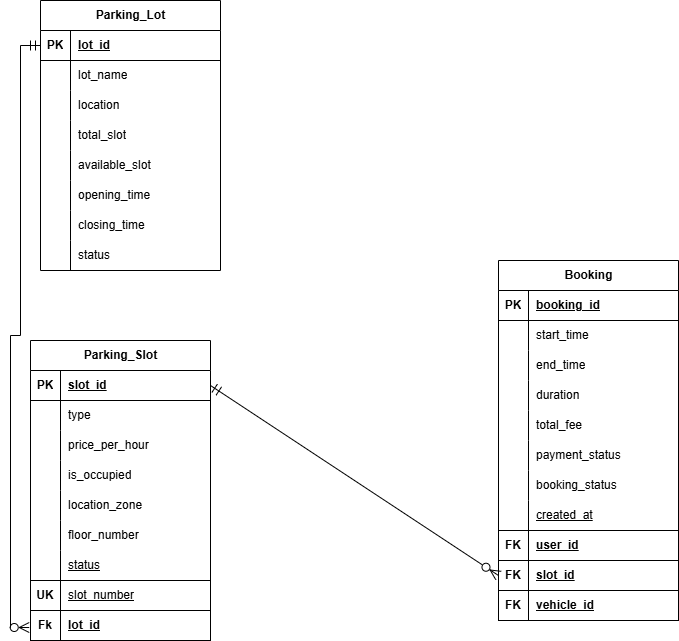
This is diagrams/erd.drawio.png from A-proG-spec/AASTU-DB-Project-Group-2, a draw.io export, as it was before one commit. Source tidied: cells renumbered, new cells last; positions are measured from the earlier drawing's top-left corner, leaving out a move shared by most shapes.
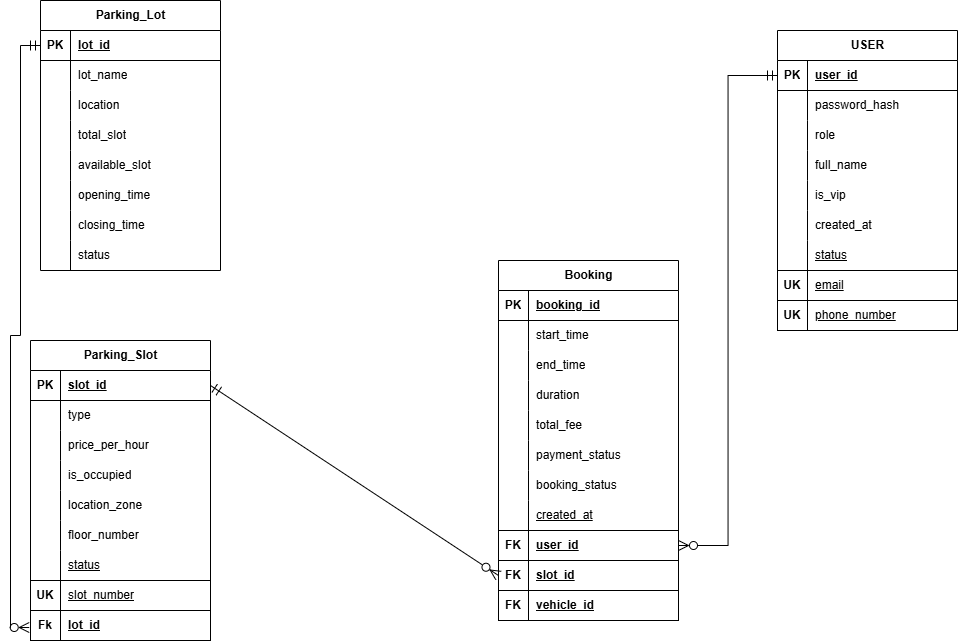
Above is the later version.

Commit message:
added a user entity

The edit, as a diff of the source:
```diff
@@ -276,5 +276,92 @@
     <mxCell id="90" style="edgeStyle=none;curved=1;rounded=0;jettySize=auto;html=1;exitX=0;exitY=0.5;exitDx=0;exitDy=0;entryX=1;entryY=0.5;entryDx=0;entryDy=0;fontSize=12;startSize=8;endSize=8;startArrow=ERzeroToMany;startFill=0;endArrow=ERmandOne;endFill=0;" parent="1" edge="1" source="83" target="28">
       <mxGeometry relative="1" as="geometry" />
     </mxCell>
+    <mxCell id="91" value="USER" style="shape=table;startSize=30;rowLines=0;fontStyle=1;align=center;html=1;" parent="1" vertex="1">
+      <mxGeometry x="767" y="30" width="180" height="300" as="geometry" />
+    </mxCell>
+    <mxCell id="92" style="shape=tableRow;horizontal=0;startSize=0;swimlaneHead=0;swimlaneBody=0;fillColor=none;points=[[0,0.5],[1,0.5]];portConstraint=eastwest;top=0;left=0;right=0;bottom=1;" parent="91" vertex="1">
+      <mxGeometry y="30" width="180" height="30" as="geometry" />
+    </mxCell>
+    <mxCell id="93" value="PK" style="shape=partialRectangle;fillColor=none;top=0;left=0;bottom=0;right=0;fontStyle=1;overflow=hidden;whiteSpace=wrap;html=1;" parent="92" vertex="1">
+      <mxGeometry width="30" height="30" as="geometry" />
+    </mxCell>
+    <mxCell id="94" value="user_id" style="shape=partialRectangle;fillColor=none;top=0;left=0;bottom=0;right=0;align=left;spacingLeft=6;fontStyle=5;overflow=hidden;whiteSpace=wrap;html=1;" parent="92" vertex="1">
+      <mxGeometry x="30" width="150" height="30" as="geometry" />
+    </mxCell>
+    <mxCell id="95" style="shape=tableRow;horizontal=0;startSize=0;swimlaneHead=0;swimlaneBody=0;fillColor=none;top=0;left=0;right=0;bottom=0;" parent="91" vertex="1">
+      <mxGeometry y="60" width="180" height="30" as="geometry" />
+    </mxCell>
+    <mxCell id="96" style="shape=partialRectangle;fillColor=none;top=0;left=0;bottom=0;right=0;overflow=hidden;whiteSpace=wrap;html=1;" parent="95" vertex="1">
+      <mxGeometry width="30" height="30" as="geometry" />
+    </mxCell>
+    <mxCell id="97" value="password_hash" style="shape=partialRectangle;fillColor=none;top=0;left=0;bottom=0;right=0;align=left;spacingLeft=6;overflow=hidden;whiteSpace=wrap;html=1;" parent="95" vertex="1">
+      <mxGeometry x="30" width="150" height="30" as="geometry" />
+    </mxCell>
+    <mxCell id="98" style="shape=tableRow;horizontal=0;startSize=0;swimlaneHead=0;swimlaneBody=0;fillColor=none;top=0;left=0;right=0;bottom=0;" parent="91" vertex="1">
+      <mxGeometry y="90" width="180" height="30" as="geometry" />
+    </mxCell>
+    <mxCell id="99" style="shape=partialRectangle;fillColor=none;top=0;left=0;bottom=0;right=0;overflow=hidden;whiteSpace=wrap;html=1;" parent="98" vertex="1">
+      <mxGeometry width="30" height="30" as="geometry" />
+    </mxCell>
+    <mxCell id="100" value="role" style="shape=partialRectangle;fillColor=none;top=0;left=0;bottom=0;right=0;align=left;spacingLeft=6;overflow=hidden;whiteSpace=wrap;html=1;" parent="98" vertex="1">
+      <mxGeometry x="30" width="150" height="30" as="geometry" />
+    </mxCell>
+    <mxCell id="101" style="shape=tableRow;horizontal=0;startSize=0;swimlaneHead=0;swimlaneBody=0;fillColor=none;top=0;left=0;right=0;bottom=0;" parent="91" vertex="1">
+      <mxGeometry y="120" width="180" height="30" as="geometry" />
+    </mxCell>
+    <mxCell id="102" style="shape=partialRectangle;fillColor=none;top=0;left=0;bottom=0;right=0;overflow=hidden;whiteSpace=wrap;html=1;" parent="101" vertex="1">
+      <mxGeometry width="30" height="30" as="geometry" />
+    </mxCell>
+    <mxCell id="103" value="full_name" style="shape=partialRectangle;fillColor=none;top=0;left=0;bottom=0;right=0;align=left;spacingLeft=6;overflow=hidden;whiteSpace=wrap;html=1;" parent="101" vertex="1">
+      <mxGeometry x="30" width="150" height="30" as="geometry" />
+    </mxCell>
+    <mxCell id="104" style="shape=tableRow;horizontal=0;startSize=0;swimlaneHead=0;swimlaneBody=0;fillColor=none;top=0;left=0;right=0;bottom=0;" parent="91" vertex="1">
+      <mxGeometry y="150" width="180" height="30" as="geometry" />
+    </mxCell>
+    <mxCell id="105" style="shape=partialRectangle;fillColor=none;top=0;left=0;bottom=0;right=0;overflow=hidden;whiteSpace=wrap;html=1;" parent="104" vertex="1">
+      <mxGeometry width="30" height="30" as="geometry" />
+    </mxCell>
+    <mxCell id="106" value="is_vip" style="shape=partialRectangle;fillColor=none;top=0;left=0;bottom=0;right=0;align=left;spacingLeft=6;overflow=hidden;whiteSpace=wrap;html=1;" parent="104" vertex="1">
+      <mxGeometry x="30" width="150" height="30" as="geometry" />
+    </mxCell>
+    <mxCell id="107" style="shape=tableRow;horizontal=0;startSize=0;swimlaneHead=0;swimlaneBody=0;fillColor=none;top=0;left=0;right=0;bottom=0;" parent="91" vertex="1">
+      <mxGeometry y="180" width="180" height="30" as="geometry" />
+    </mxCell>
+    <mxCell id="108" style="shape=partialRectangle;fillColor=none;top=0;left=0;bottom=0;right=0;overflow=hidden;whiteSpace=wrap;html=1;" parent="107" vertex="1">
+      <mxGeometry width="30" height="30" as="geometry" />
+    </mxCell>
+    <mxCell id="109" value="created_at" style="shape=partialRectangle;fillColor=none;top=0;left=0;bottom=0;right=0;align=left;spacingLeft=6;overflow=hidden;whiteSpace=wrap;html=1;" parent="107" vertex="1">
+      <mxGeometry x="30" width="150" height="30" as="geometry" />
+    </mxCell>
+    <mxCell id="110" style="shape=tableRow;horizontal=0;startSize=0;swimlaneHead=0;swimlaneBody=0;fillColor=none;top=0;left=0;right=0;bottom=1;" parent="91" vertex="1">
+      <mxGeometry y="210" width="180" height="30" as="geometry" />
+    </mxCell>
+    <mxCell id="111" style="shape=partialRectangle;fillColor=none;top=0;left=0;bottom=0;right=0;fontStyle=1;overflow=hidden;whiteSpace=wrap;html=1;" parent="110" vertex="1">
+      <mxGeometry width="30" height="30" as="geometry" />
+    </mxCell>
+    <mxCell id="112" value="&lt;span style=&quot;font-weight: normal;&quot;&gt;status&lt;/span&gt;" style="shape=partialRectangle;fillColor=none;top=0;left=0;bottom=0;right=0;align=left;spacingLeft=6;fontStyle=5;overflow=hidden;whiteSpace=wrap;html=1;" parent="110" vertex="1">
+      <mxGeometry x="30" width="150" height="30" as="geometry" />
+    </mxCell>
+    <mxCell id="113" style="shape=tableRow;horizontal=0;startSize=0;swimlaneHead=0;swimlaneBody=0;fillColor=none;top=0;left=0;right=0;bottom=1;" parent="91" vertex="1">
+      <mxGeometry y="240" width="180" height="30" as="geometry" />
+    </mxCell>
+    <mxCell id="114" value="UK" style="shape=partialRectangle;fillColor=none;top=0;left=0;bottom=0;right=0;fontStyle=1;overflow=hidden;whiteSpace=wrap;html=1;" parent="113" vertex="1">
+      <mxGeometry width="30" height="30" as="geometry" />
+    </mxCell>
+    <mxCell id="115" value="&lt;span style=&quot;font-weight: normal;&quot;&gt;email&lt;/span&gt;" style="shape=partialRectangle;fillColor=none;top=0;left=0;bottom=0;right=0;align=left;spacingLeft=6;fontStyle=5;overflow=hidden;whiteSpace=wrap;html=1;" parent="113" vertex="1">
+      <mxGeometry x="30" width="150" height="30" as="geometry" />
+    </mxCell>
+    <mxCell id="116" style="shape=tableRow;horizontal=0;startSize=0;swimlaneHead=0;swimlaneBody=0;fillColor=none;top=0;left=0;right=0;bottom=1;" parent="91" vertex="1">
+      <mxGeometry y="270" width="180" height="30" as="geometry" />
+    </mxCell>
+    <mxCell id="117" value="UK" style="shape=partialRectangle;fillColor=none;top=0;left=0;bottom=0;right=0;fontStyle=1;overflow=hidden;whiteSpace=wrap;html=1;" parent="116" vertex="1">
+      <mxGeometry width="30" height="30" as="geometry" />
+    </mxCell>
+    <mxCell id="118" value="&lt;span style=&quot;font-weight: normal;&quot;&gt;phone_number&lt;/span&gt;" style="shape=partialRectangle;fillColor=none;top=0;left=0;bottom=0;right=0;align=left;spacingLeft=6;fontStyle=5;overflow=hidden;whiteSpace=wrap;html=1;" parent="116" vertex="1">
+      <mxGeometry x="30" width="150" height="30" as="geometry" />
+    </mxCell>
+    <mxCell id="119" style="edgeStyle=orthogonalEdgeStyle;rounded=0;jettySize=auto;html=1;exitX=1;exitY=0.5;exitDx=0;exitDy=0;entryX=0;entryY=0.5;entryDx=0;entryDy=0;fontSize=12;startSize=8;endSize=8;startArrow=ERzeroToMany;startFill=0;endArrow=ERmandOne;endFill=0;" parent="1" edge="1" source="80" target="92">
+      <mxGeometry relative="1" as="geometry" />
+    </mxCell>
   </root>
 </mxGraphModel>
```
